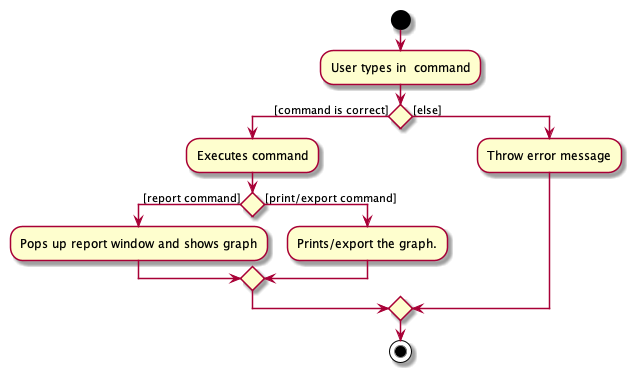
zwasd/main keeps this PlantUML diagram as docs/images/Report_MainWindow_.png. Above is the earlier version.
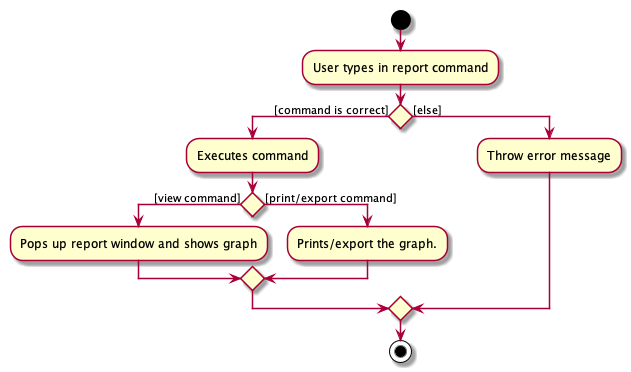
Later version of the same file.

Change to the diagram source:
```diff
@@ -1,9 +1,9 @@
 @startuml
 start
-:User types in  command;
+:User types in report command;
 if () then ([command is correct])
     :Executes command;
-     if() then ([report command])
+     if() then ([view command])
      :Pops up report window and shows graph;
      else ([print/export command])
      :Prints/export the graph.;
```
